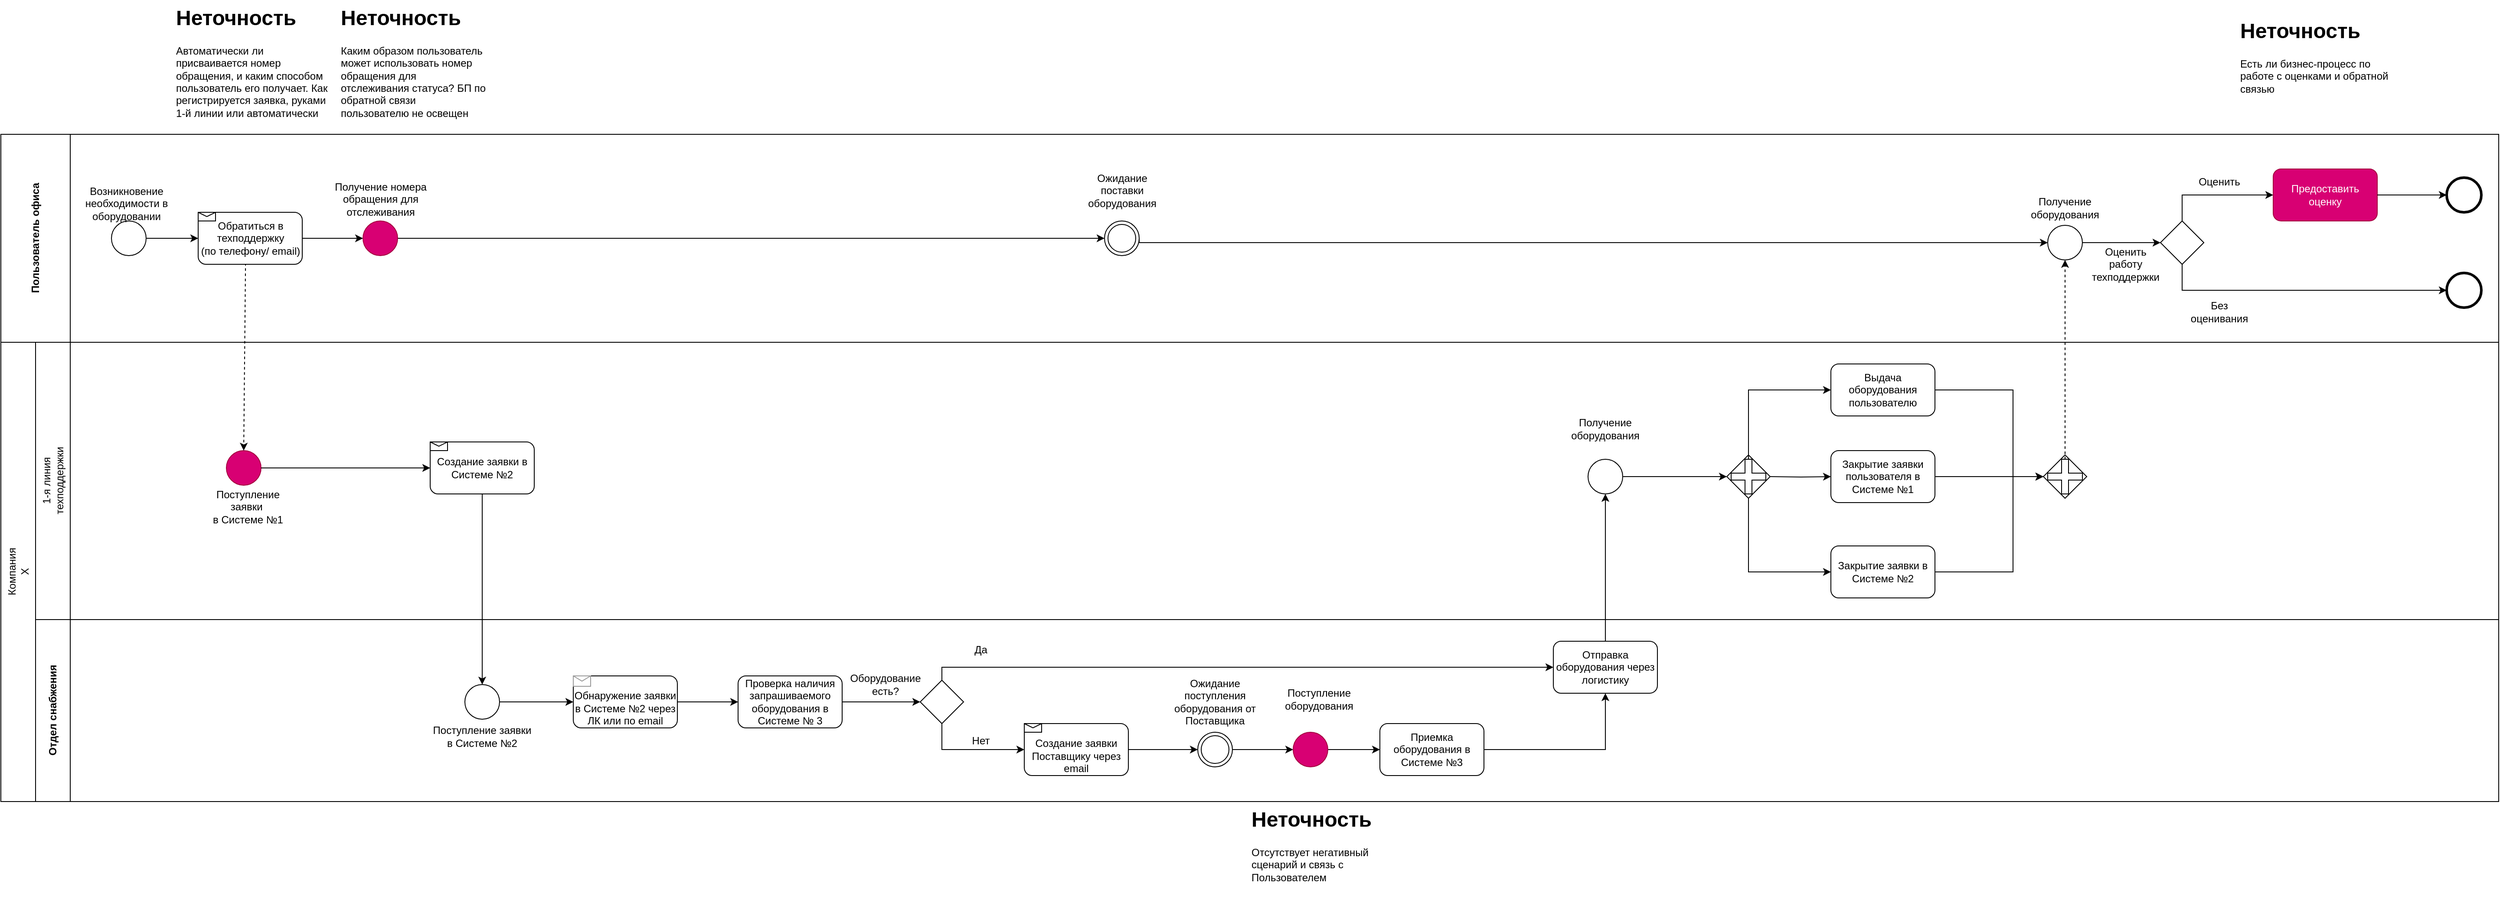
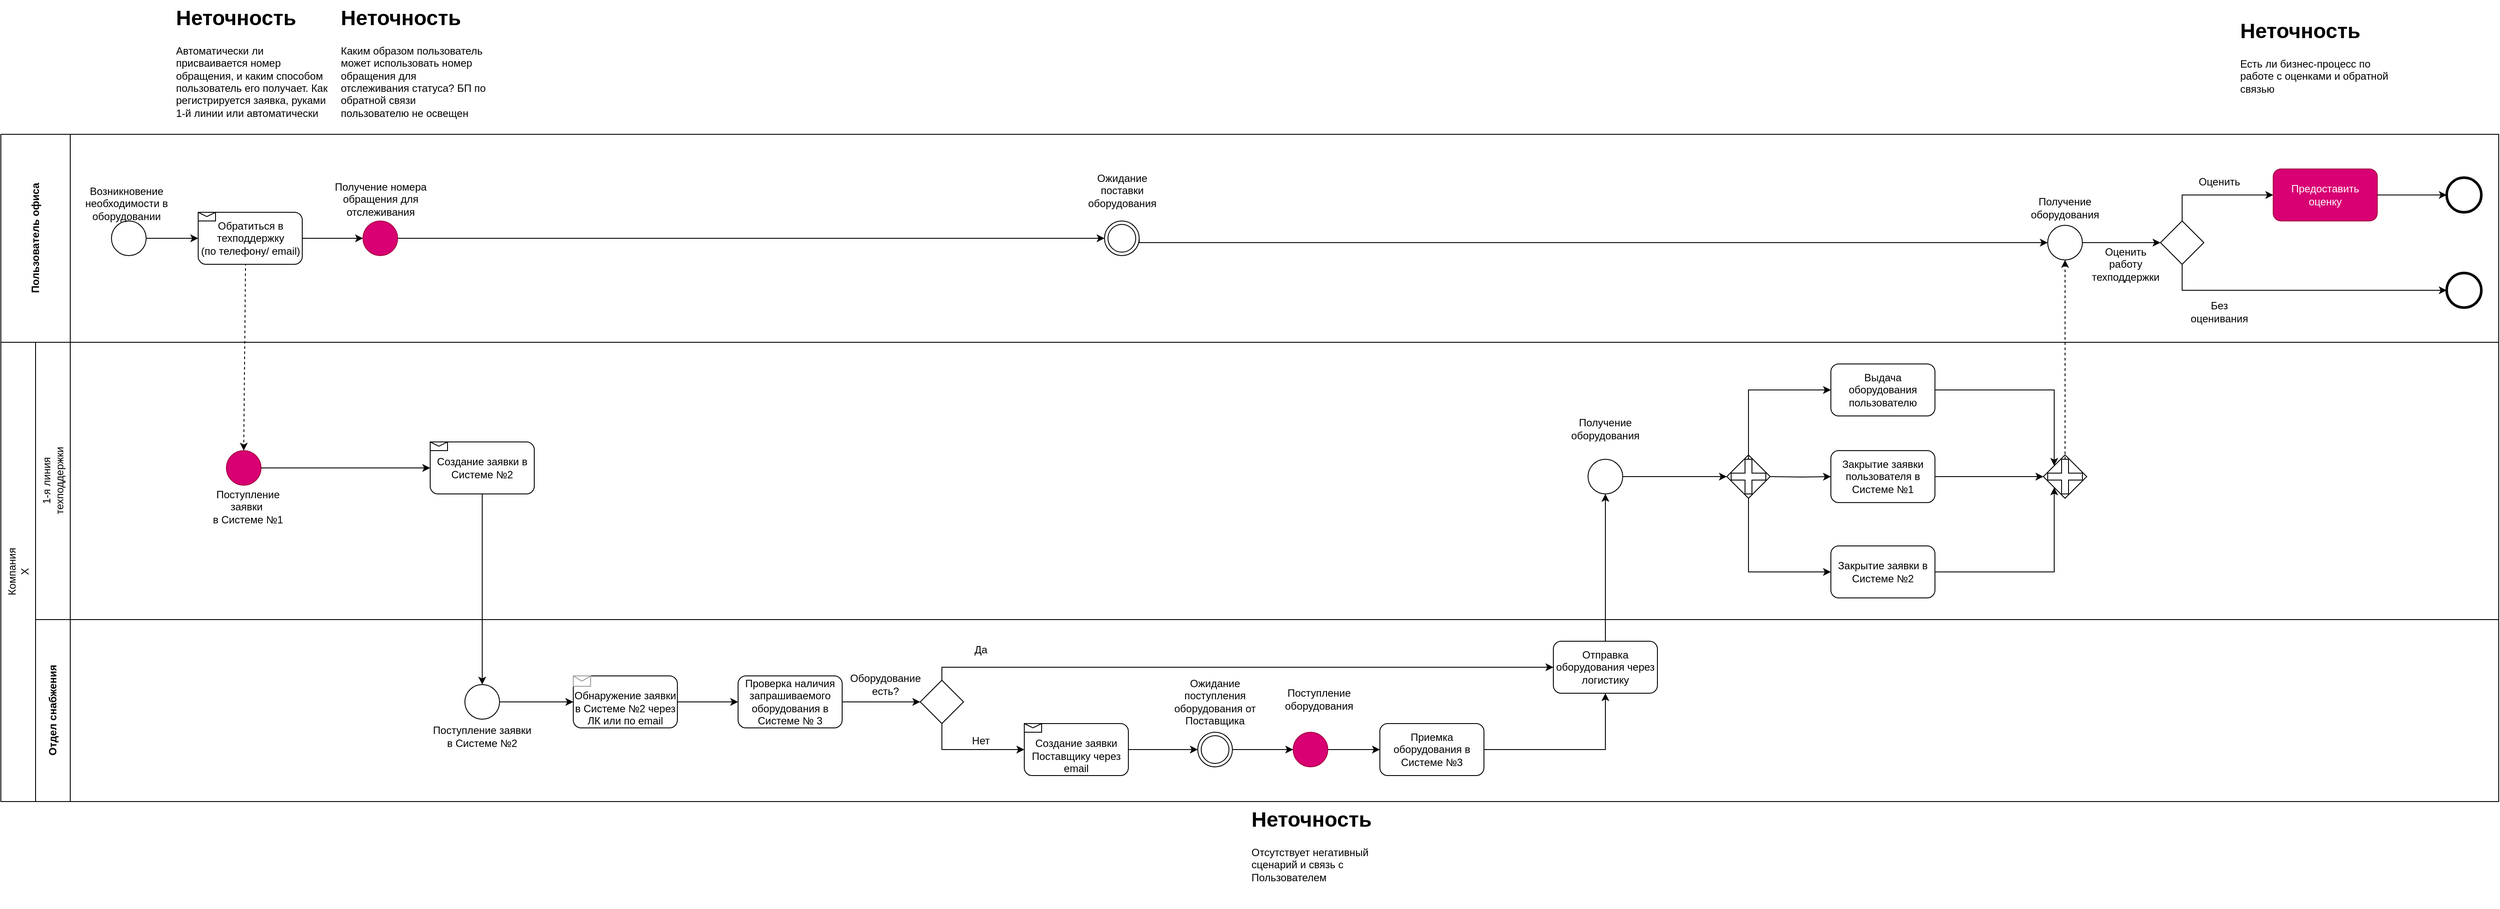
<mxfile host="app.diagrams.net">
  <diagram name="Страница-1" id="6SsGZVheudZXkR8IryFw">
-     <mxGraphModel dx="2180" dy="1943" grid="1" gridSize="10" guides="1" tooltips="1" connect="1" arrows="1" fold="1" page="0" pageScale="1" pageWidth="827" pageHeight="1169" background="none" math="0" shadow="0">
+     <mxGraphModel dx="2362" dy="2038" grid="1" gridSize="10" guides="1" tooltips="1" connect="1" arrows="1" fold="1" page="0" pageScale="1" pageWidth="827" pageHeight="1169" background="none" math="0" shadow="0">
      <root>
        <mxCell id="0" />
        <mxCell id="1" parent="0" />
        <mxCell id="VbR1kJbd4s5ipAbFhgMN-11" parent="1" style="ellipse;whiteSpace=wrap;html=1;aspect=fixed;fillColor=none;" value="" vertex="1">
          <mxGeometry height="40" width="40" x="127.5" y="-220" as="geometry" />
        </mxCell>
        <mxCell id="VbR1kJbd4s5ipAbFhgMN-12" parent="1" style="text;html=1;whiteSpace=wrap;strokeColor=none;fillColor=none;align=center;verticalAlign=middle;rounded=0;" value="&lt;font&gt;Возникновение необходимости в оборудовании&lt;/font&gt;" vertex="1">
          <mxGeometry height="50" width="110" x="90" y="-265" as="geometry" />
        </mxCell>
        <mxCell id="VbR1kJbd4s5ipAbFhgMN-16" parent="1" style="ellipse;whiteSpace=wrap;html=1;aspect=fixed;fillColor=#d80073;fontColor=#ffffff;strokeColor=#A50040;" value="" vertex="1">
          <mxGeometry height="40" width="40" x="260" y="45.000000000000114" as="geometry" />
        </mxCell>
        <mxCell id="VbR1kJbd4s5ipAbFhgMN-17" parent="1" style="text;html=1;whiteSpace=wrap;strokeColor=none;fillColor=none;align=center;verticalAlign=middle;rounded=0;" value="Поступление заявки&amp;nbsp;&lt;div&gt;в Системе №1&lt;/div&gt;" vertex="1">
          <mxGeometry height="30" width="110" x="230" y="95" as="geometry" />
        </mxCell>
        <mxCell id="VbR1kJbd4s5ipAbFhgMN-21" parent="1" style="text;html=1;whiteSpace=wrap;overflow=hidden;rounded=0;" value="&lt;h1 style=&quot;margin-top: 0px;&quot;&gt;&lt;font style=&quot;color: light-dark(rgb(0, 0, 0), rgb(241, 156, 153));&quot;&gt;Неточность&lt;/font&gt;&lt;/h1&gt;&lt;p&gt;Автоматически ли присваивается номер обращения, и каким способом пользователь его получает. Как регистрируется заявка, руками 1-й линии или автоматически&lt;/p&gt;" vertex="1">
          <mxGeometry height="150" width="180" x="200" y="-475" as="geometry" />
        </mxCell>
        <mxCell id="VbR1kJbd4s5ipAbFhgMN-117" edge="1" parent="1" source="VbR1kJbd4s5ipAbFhgMN-23" style="edgeStyle=orthogonalEdgeStyle;rounded=0;orthogonalLoop=1;jettySize=auto;html=1;exitX=1;exitY=0.5;exitDx=0;exitDy=0;entryX=0;entryY=0.5;entryDx=0;entryDy=0;" target="VbR1kJbd4s5ipAbFhgMN-116">
          <mxGeometry relative="1" as="geometry" />
        </mxCell>
        <mxCell id="VbR1kJbd4s5ipAbFhgMN-23" parent="1" style="ellipse;whiteSpace=wrap;html=1;aspect=fixed;fillColor=#d80073;fontColor=#ffffff;strokeColor=#A50040;" value="" vertex="1">
          <mxGeometry height="40" width="40" x="417.5" y="-219.9999999999999" as="geometry" />
        </mxCell>
        <mxCell id="VbR1kJbd4s5ipAbFhgMN-24" parent="1" style="text;html=1;whiteSpace=wrap;strokeColor=none;fillColor=none;align=center;verticalAlign=middle;rounded=0;" value="Получение номера обращения для отслеживания" vertex="1">
          <mxGeometry height="30" width="130" x="372.5" y="-260" as="geometry" />
        </mxCell>
        <mxCell id="VbR1kJbd4s5ipAbFhgMN-25" parent="1" style="text;html=1;whiteSpace=wrap;overflow=hidden;rounded=0;" value="&lt;h1 style=&quot;margin-top: 0px;&quot;&gt;&lt;font style=&quot;color: light-dark(rgb(0, 0, 0), rgb(241, 156, 153));&quot;&gt;Неточность&lt;/font&gt;&lt;/h1&gt;&lt;p&gt;Каким образом пользователь может использовать номер обращения для отслеживания статуса? БП по обратной связи пользователю не освещен&lt;/p&gt;" vertex="1">
          <mxGeometry height="145" width="170" x="390" y="-475" as="geometry" />
        </mxCell>
        <mxCell id="VbR1kJbd4s5ipAbFhgMN-26" edge="1" parent="1" source="VbR1kJbd4s5ipAbFhgMN-11" style="endArrow=classic;html=1;rounded=0;exitX=1;exitY=0.5;exitDx=0;exitDy=0;entryX=0;entryY=0.5;entryDx=0;entryDy=0;" target="VbR1kJbd4s5ipAbFhgMN-37" value="">
          <mxGeometry height="50" relative="1" width="50" as="geometry">
            <mxPoint x="162.50000000000352" y="0.5" as="sourcePoint" />
            <mxPoint x="222.5" as="targetPoint" />
          </mxGeometry>
        </mxCell>
        <mxCell id="VbR1kJbd4s5ipAbFhgMN-27" edge="1" parent="1" source="VbR1kJbd4s5ipAbFhgMN-37" style="endArrow=classic;html=1;rounded=0;exitX=1;exitY=0.5;exitDx=0;exitDy=0;entryX=0;entryY=0.5;entryDx=0;entryDy=0;" target="VbR1kJbd4s5ipAbFhgMN-23" value="">
          <mxGeometry height="50" relative="1" width="50" as="geometry">
            <mxPoint x="342.5" as="sourcePoint" />
            <mxPoint x="452.5" y="25" as="targetPoint" />
          </mxGeometry>
        </mxCell>
        <mxCell id="VbR1kJbd4s5ipAbFhgMN-28" edge="1" parent="1" source="VbR1kJbd4s5ipAbFhgMN-37" style="endArrow=classic;html=1;rounded=0;exitX=0.455;exitY=0.976;exitDx=0;exitDy=0;entryX=0.5;entryY=0;entryDx=0;entryDy=0;exitPerimeter=0;dashed=1;" target="VbR1kJbd4s5ipAbFhgMN-16" value="">
          <mxGeometry height="50" relative="1" width="50" as="geometry">
            <mxPoint x="280" y="-20" as="sourcePoint" />
            <mxPoint x="380" y="-5" as="targetPoint" />
          </mxGeometry>
        </mxCell>
        <mxCell id="VbR1kJbd4s5ipAbFhgMN-30" edge="1" parent="1" source="VbR1kJbd4s5ipAbFhgMN-16" style="endArrow=classic;html=1;rounded=0;exitX=1;exitY=0.5;exitDx=0;exitDy=0;entryX=0;entryY=0.5;entryDx=0;entryDy=0;" value="">
          <mxGeometry height="50" relative="1" width="50" as="geometry">
            <mxPoint x="660" y="125" as="sourcePoint" />
            <mxPoint x="495" y="65" as="targetPoint" />
          </mxGeometry>
        </mxCell>
        <mxCell id="VbR1kJbd4s5ipAbFhgMN-31" parent="1" style="ellipse;whiteSpace=wrap;html=1;aspect=fixed;fillColor=none;" value="" vertex="1">
          <mxGeometry height="40" width="40" x="535" y="315.0000000000001" as="geometry" />
        </mxCell>
        <mxCell id="VbR1kJbd4s5ipAbFhgMN-33" parent="1" style="text;html=1;whiteSpace=wrap;strokeColor=none;fillColor=none;align=center;verticalAlign=middle;rounded=0;" value="Поступление заявки в Системе №2" vertex="1">
          <mxGeometry height="30" width="120" x="495" y="360" as="geometry" />
        </mxCell>
        <mxCell id="VbR1kJbd4s5ipAbFhgMN-35" edge="1" parent="1" source="VbR1kJbd4s5ipAbFhgMN-36" style="endArrow=classic;html=1;rounded=0;exitX=0.5;exitY=1;exitDx=0;exitDy=0;entryX=0.5;entryY=0;entryDx=0;entryDy=0;" target="VbR1kJbd4s5ipAbFhgMN-31" value="">
          <mxGeometry height="50" relative="1" width="50" as="geometry">
            <mxPoint x="555" y="200" as="sourcePoint" />
            <mxPoint x="780" y="250" as="targetPoint" />
          </mxGeometry>
        </mxCell>
        <mxCell id="VbR1kJbd4s5ipAbFhgMN-36" parent="1" style="rounded=1;whiteSpace=wrap;html=1;" value="Создание заявки в Системе №2" vertex="1">
          <mxGeometry height="60" width="120" x="495" y="35" as="geometry" />
        </mxCell>
        <mxCell id="VbR1kJbd4s5ipAbFhgMN-37" parent="1" style="rounded=1;whiteSpace=wrap;html=1;" value="Обратиться в техподдержку&lt;div&gt;(по телефону/ email)&lt;/div&gt;" vertex="1">
          <mxGeometry height="60" width="120" x="227.5" y="-230" as="geometry" />
        </mxCell>
        <mxCell id="VbR1kJbd4s5ipAbFhgMN-38" parent="1" style="shape=message;html=1;html=1;outlineConnect=0;labelPosition=center;verticalLabelPosition=bottom;align=center;verticalAlign=top;" value="" vertex="1">
          <mxGeometry height="10" width="20" x="227.5" y="-230" as="geometry" />
        </mxCell>
        <mxCell id="VbR1kJbd4s5ipAbFhgMN-41" parent="1" style="shape=message;html=1;html=1;outlineConnect=0;labelPosition=center;verticalLabelPosition=bottom;align=center;verticalAlign=top;" value="" vertex="1">
          <mxGeometry height="10" width="20" x="495" y="35" as="geometry" />
        </mxCell>
        <mxCell id="VbR1kJbd4s5ipAbFhgMN-46" edge="1" parent="1" source="VbR1kJbd4s5ipAbFhgMN-42" style="edgeStyle=orthogonalEdgeStyle;rounded=0;orthogonalLoop=1;jettySize=auto;html=1;exitX=1;exitY=0.5;exitDx=0;exitDy=0;entryX=0;entryY=0.5;entryDx=0;entryDy=0;" target="VbR1kJbd4s5ipAbFhgMN-45">
          <mxGeometry relative="1" as="geometry" />
        </mxCell>
        <mxCell id="VbR1kJbd4s5ipAbFhgMN-42" parent="1" style="rounded=1;whiteSpace=wrap;html=1;" value="&lt;div&gt;&lt;br&gt;&lt;/div&gt;&lt;div&gt;Обнаружение заявки в Системе №2 через ЛК или по email&lt;/div&gt;" vertex="1">
          <mxGeometry height="60" width="120" x="660" y="305" as="geometry" />
        </mxCell>
        <mxCell id="VbR1kJbd4s5ipAbFhgMN-43" parent="1" style="verticalLabelPosition=bottom;shadow=0;dashed=0;align=center;html=1;verticalAlign=top;strokeWidth=1;shape=mxgraph.mockup.misc.mail2;strokeColor=#999999;" value="" vertex="1">
          <mxGeometry height="12" width="20" x="660" y="305" as="geometry" />
        </mxCell>
        <mxCell id="VbR1kJbd4s5ipAbFhgMN-44" edge="1" parent="1" source="VbR1kJbd4s5ipAbFhgMN-31" style="endArrow=classic;html=1;rounded=0;exitX=1;exitY=0.5;exitDx=0;exitDy=0;entryX=0;entryY=0.5;entryDx=0;entryDy=0;" target="VbR1kJbd4s5ipAbFhgMN-42" value="">
          <mxGeometry height="50" relative="1" width="50" as="geometry">
            <mxPoint x="760" y="315" as="sourcePoint" />
            <mxPoint x="810" y="265" as="targetPoint" />
          </mxGeometry>
        </mxCell>
        <mxCell id="VbR1kJbd4s5ipAbFhgMN-49" edge="1" parent="1" source="VbR1kJbd4s5ipAbFhgMN-45" style="edgeStyle=orthogonalEdgeStyle;rounded=0;orthogonalLoop=1;jettySize=auto;html=1;exitX=1;exitY=0.5;exitDx=0;exitDy=0;entryX=0;entryY=0.5;entryDx=0;entryDy=0;" target="VbR1kJbd4s5ipAbFhgMN-47">
          <mxGeometry relative="1" as="geometry" />
        </mxCell>
        <mxCell id="VbR1kJbd4s5ipAbFhgMN-45" parent="1" style="rounded=1;whiteSpace=wrap;html=1;" value="Проверка наличия запрашиваемого оборудования в Системе № 3" vertex="1">
          <mxGeometry height="60" width="120" x="850" y="305" as="geometry" />
        </mxCell>
        <mxCell id="VbR1kJbd4s5ipAbFhgMN-58" edge="1" parent="1" source="VbR1kJbd4s5ipAbFhgMN-47" style="edgeStyle=orthogonalEdgeStyle;rounded=0;orthogonalLoop=1;jettySize=auto;html=1;exitX=0.5;exitY=0;exitDx=0;exitDy=0;entryX=0;entryY=0.5;entryDx=0;entryDy=0;" target="VbR1kJbd4s5ipAbFhgMN-52">
          <mxGeometry relative="1" as="geometry">
            <Array as="points">
              <mxPoint x="1085" y="295" />
            </Array>
            <mxPoint x="1150" y="320" as="targetPoint" />
          </mxGeometry>
        </mxCell>
        <mxCell id="VbR1kJbd4s5ipAbFhgMN-60" edge="1" parent="1" source="VbR1kJbd4s5ipAbFhgMN-47" style="edgeStyle=orthogonalEdgeStyle;rounded=0;orthogonalLoop=1;jettySize=auto;html=1;entryX=0;entryY=0.5;entryDx=0;entryDy=0;exitX=0.5;exitY=1;exitDx=0;exitDy=0;" target="VbR1kJbd4s5ipAbFhgMN-59">
          <mxGeometry relative="1" as="geometry">
            <mxPoint x="1085" y="410" as="targetPoint" />
          </mxGeometry>
        </mxCell>
        <mxCell id="VbR1kJbd4s5ipAbFhgMN-47" parent="1" style="rhombus;whiteSpace=wrap;html=1;" value="" vertex="1">
          <mxGeometry height="50" width="50" x="1060" y="310" as="geometry" />
        </mxCell>
        <mxCell id="VbR1kJbd4s5ipAbFhgMN-48" parent="1" style="text;html=1;whiteSpace=wrap;strokeColor=none;fillColor=none;align=center;verticalAlign=middle;rounded=0;" value="Оборудование есть?" vertex="1">
          <mxGeometry height="30" width="60" x="990" y="300" as="geometry" />
        </mxCell>
        <mxCell id="VbR1kJbd4s5ipAbFhgMN-51" parent="1" style="text;html=1;whiteSpace=wrap;strokeColor=none;fillColor=none;align=center;verticalAlign=middle;rounded=0;" value="Да" vertex="1">
          <mxGeometry height="30" width="60" x="1100" y="260" as="geometry" />
        </mxCell>
        <mxCell id="VbR1kJbd4s5ipAbFhgMN-56" edge="1" parent="1" source="VbR1kJbd4s5ipAbFhgMN-52" style="edgeStyle=orthogonalEdgeStyle;rounded=0;orthogonalLoop=1;jettySize=auto;html=1;exitX=0.5;exitY=0;exitDx=0;exitDy=0;entryX=0.5;entryY=1;entryDx=0;entryDy=0;" target="VbR1kJbd4s5ipAbFhgMN-54">
          <mxGeometry relative="1" as="geometry" />
        </mxCell>
        <mxCell id="VbR1kJbd4s5ipAbFhgMN-52" parent="1" style="rounded=1;whiteSpace=wrap;html=1;" value="Отправка оборудования через логистику" vertex="1">
          <mxGeometry height="60" width="120" x="1790" y="265" as="geometry" />
        </mxCell>
        <mxCell id="VbR1kJbd4s5ipAbFhgMN-69" edge="1" parent="1" source="VbR1kJbd4s5ipAbFhgMN-54" style="edgeStyle=orthogonalEdgeStyle;rounded=0;orthogonalLoop=1;jettySize=auto;html=1;">
          <mxGeometry relative="1" as="geometry">
            <mxPoint x="1990" y="75" as="targetPoint" />
          </mxGeometry>
        </mxCell>
        <mxCell id="VbR1kJbd4s5ipAbFhgMN-54" parent="1" style="ellipse;whiteSpace=wrap;html=1;aspect=fixed;fillColor=none;" value="" vertex="1">
          <mxGeometry height="40" width="40" x="1830" y="55.000000000000114" as="geometry" />
        </mxCell>
        <mxCell id="VbR1kJbd4s5ipAbFhgMN-55" parent="1" style="text;html=1;whiteSpace=wrap;strokeColor=none;fillColor=none;align=center;verticalAlign=middle;rounded=0;" value="Получение оборудования" vertex="1">
          <mxGeometry height="30" width="60" x="1820" y="5" as="geometry" />
        </mxCell>
        <mxCell id="VbR1kJbd4s5ipAbFhgMN-59" parent="1" style="rounded=1;whiteSpace=wrap;html=1;" value="&lt;div&gt;&lt;br&gt;&lt;/div&gt;&lt;div&gt;Создание заявки Поставщику через email&lt;/div&gt;" vertex="1">
          <mxGeometry height="60" width="120" x="1180" y="360" as="geometry" />
        </mxCell>
        <mxCell id="VbR1kJbd4s5ipAbFhgMN-61" parent="1" style="text;html=1;whiteSpace=wrap;strokeColor=none;fillColor=none;align=center;verticalAlign=middle;rounded=0;" value="Нет" vertex="1">
          <mxGeometry height="30" width="60" x="1100" y="365" as="geometry" />
        </mxCell>
-         <mxCell id="VbR1kJbd4s5ipAbFhgMN-112" edge="1" parent="1" source="VbR1kJbd4s5ipAbFhgMN-62" style="edgeStyle=orthogonalEdgeStyle;rounded=0;orthogonalLoop=1;jettySize=auto;html=1;exitX=1;exitY=0.5;exitDx=0;exitDy=0;entryX=0;entryY=0.5;entryDx=0;entryDy=0;" target="VbR1kJbd4s5ipAbFhgMN-110">
-           <mxGeometry relative="1" as="geometry">
-             <Array as="points">
-               <mxPoint x="2320" y="-25" />
-               <mxPoint x="2320" y="75" />
-             </Array>
-           </mxGeometry>
+         <mxCell id="Vj1GeYfgpqMA3AOdDaTq-10" edge="1" parent="1" source="VbR1kJbd4s5ipAbFhgMN-62" style="edgeStyle=orthogonalEdgeStyle;rounded=0;orthogonalLoop=1;jettySize=auto;html=1;entryX=0;entryY=0;entryDx=0;entryDy=0;" target="VbR1kJbd4s5ipAbFhgMN-110">
+           <mxGeometry relative="1" as="geometry" />
        </mxCell>
        <mxCell id="VbR1kJbd4s5ipAbFhgMN-62" parent="1" style="rounded=1;whiteSpace=wrap;html=1;" value="Выдача оборудования пользователю" vertex="1">
          <mxGeometry height="60" width="120" x="2110" y="-55" as="geometry" />
        </mxCell>
        <mxCell id="VbR1kJbd4s5ipAbFhgMN-114" edge="1" parent="1" source="VbR1kJbd4s5ipAbFhgMN-65" style="edgeStyle=orthogonalEdgeStyle;rounded=0;orthogonalLoop=1;jettySize=auto;html=1;exitX=1;exitY=0.5;exitDx=0;exitDy=0;entryX=0;entryY=0.5;entryDx=0;entryDy=0;" target="VbR1kJbd4s5ipAbFhgMN-110">
          <mxGeometry relative="1" as="geometry" />
        </mxCell>
        <mxCell id="VbR1kJbd4s5ipAbFhgMN-65" parent="1" style="rounded=1;whiteSpace=wrap;html=1;" value="Закрытие заявки пользователя в Системе №1" vertex="1">
          <mxGeometry height="60" width="120" x="2110" y="45" as="geometry" />
        </mxCell>
-         <mxCell id="VbR1kJbd4s5ipAbFhgMN-113" edge="1" parent="1" source="VbR1kJbd4s5ipAbFhgMN-66" style="edgeStyle=orthogonalEdgeStyle;rounded=0;orthogonalLoop=1;jettySize=auto;html=1;exitX=1;exitY=0.5;exitDx=0;exitDy=0;entryX=0;entryY=0.5;entryDx=0;entryDy=0;" target="VbR1kJbd4s5ipAbFhgMN-110">
-           <mxGeometry relative="1" as="geometry">
-             <Array as="points">
-               <mxPoint x="2320" y="185" />
-               <mxPoint x="2320" y="75" />
-             </Array>
-           </mxGeometry>
+         <mxCell id="Vj1GeYfgpqMA3AOdDaTq-9" edge="1" parent="1" source="VbR1kJbd4s5ipAbFhgMN-66" style="edgeStyle=orthogonalEdgeStyle;rounded=0;orthogonalLoop=1;jettySize=auto;html=1;entryX=0;entryY=1;entryDx=0;entryDy=0;" target="VbR1kJbd4s5ipAbFhgMN-110">
+           <mxGeometry relative="1" as="geometry" />
        </mxCell>
        <mxCell id="VbR1kJbd4s5ipAbFhgMN-66" parent="1" style="rounded=1;whiteSpace=wrap;html=1;" value="Закрытие заявки в Системе №2" vertex="1">
          <mxGeometry height="60" width="120" x="2110" y="155" as="geometry" />
        </mxCell>
        <mxCell id="VbR1kJbd4s5ipAbFhgMN-77" edge="1" parent="1" source="VbR1kJbd4s5ipAbFhgMN-67" style="edgeStyle=orthogonalEdgeStyle;rounded=0;orthogonalLoop=1;jettySize=auto;html=1;entryX=0;entryY=0.5;entryDx=0;entryDy=0;" target="VbR1kJbd4s5ipAbFhgMN-66">
          <mxGeometry relative="1" as="geometry">
            <Array as="points">
              <mxPoint x="2015" y="185" />
            </Array>
          </mxGeometry>
        </mxCell>
        <mxCell id="VbR1kJbd4s5ipAbFhgMN-67" parent="1" style="rhombus;whiteSpace=wrap;html=1;" value="" vertex="1">
          <mxGeometry height="50" width="50" x="1990" y="50" as="geometry" />
        </mxCell>
        <mxCell id="VbR1kJbd4s5ipAbFhgMN-70" edge="1" parent="1" style="edgeStyle=orthogonalEdgeStyle;rounded=0;orthogonalLoop=1;jettySize=auto;html=1;entryX=0;entryY=0.5;entryDx=0;entryDy=0;" target="VbR1kJbd4s5ipAbFhgMN-65">
          <mxGeometry relative="1" as="geometry">
            <mxPoint x="2040" y="75" as="sourcePoint" />
          </mxGeometry>
        </mxCell>
        <mxCell id="VbR1kJbd4s5ipAbFhgMN-79" edge="1" parent="1" source="VbR1kJbd4s5ipAbFhgMN-71" style="edgeStyle=orthogonalEdgeStyle;rounded=0;orthogonalLoop=1;jettySize=auto;html=1;">
          <mxGeometry relative="1" as="geometry">
            <mxPoint x="2490" y="-195" as="targetPoint" />
          </mxGeometry>
        </mxCell>
        <mxCell id="VbR1kJbd4s5ipAbFhgMN-71" parent="1" style="ellipse;whiteSpace=wrap;html=1;aspect=fixed;fillColor=none;" value="" vertex="1">
          <mxGeometry height="40" width="40" x="2360" y="-215" as="geometry" />
        </mxCell>
        <mxCell id="VbR1kJbd4s5ipAbFhgMN-72" parent="1" style="text;html=1;whiteSpace=wrap;strokeColor=none;fillColor=none;align=center;verticalAlign=middle;rounded=0;" value="Получение оборудования" vertex="1">
          <mxGeometry height="30" width="60" x="2350" y="-250" as="geometry" />
        </mxCell>
        <mxCell id="VbR1kJbd4s5ipAbFhgMN-76" edge="1" parent="1" source="VbR1kJbd4s5ipAbFhgMN-73" style="edgeStyle=orthogonalEdgeStyle;rounded=0;orthogonalLoop=1;jettySize=auto;html=1;exitX=0.5;exitY=0;exitDx=0;exitDy=0;exitPerimeter=0;">
          <mxGeometry relative="1" as="geometry">
            <Array as="points">
              <mxPoint x="2015" y="-25" />
              <mxPoint x="2110" y="-25" />
            </Array>
            <mxPoint x="2015" y="45" as="sourcePoint" />
            <mxPoint x="2110" y="-25" as="targetPoint" />
          </mxGeometry>
        </mxCell>
        <mxCell id="VbR1kJbd4s5ipAbFhgMN-73" parent="1" style="shape=cross;whiteSpace=wrap;html=1;" value="" vertex="1">
          <mxGeometry height="40" width="40" x="1995" y="55" as="geometry" />
        </mxCell>
        <mxCell id="VbR1kJbd4s5ipAbFhgMN-87" edge="1" parent="1" source="VbR1kJbd4s5ipAbFhgMN-74" style="edgeStyle=orthogonalEdgeStyle;rounded=0;orthogonalLoop=1;jettySize=auto;html=1;entryX=0;entryY=0.5;entryDx=0;entryDy=0;" target="VbR1kJbd4s5ipAbFhgMN-85">
          <mxGeometry relative="1" as="geometry">
            <Array as="points">
              <mxPoint x="2515" y="-250" />
            </Array>
          </mxGeometry>
        </mxCell>
        <mxCell id="VbR1kJbd4s5ipAbFhgMN-74" parent="1" style="rhombus;whiteSpace=wrap;html=1;" value="" vertex="1">
          <mxGeometry height="50" width="50" x="2490" y="-220" as="geometry" />
        </mxCell>
        <mxCell id="VbR1kJbd4s5ipAbFhgMN-81" parent="1" style="points=[[0.145,0.145,0],[0.5,0,0],[0.855,0.145,0],[1,0.5,0],[0.855,0.855,0],[0.5,1,0],[0.145,0.855,0],[0,0.5,0]];shape=mxgraph.bpmn.event;html=1;verticalLabelPosition=bottom;labelBackgroundColor=#ffffff;verticalAlign=top;align=center;perimeter=ellipsePerimeter;outlineConnect=0;aspect=fixed;outline=end;symbol=terminate2;" value="" vertex="1">
          <mxGeometry height="40" width="40" x="2820" y="-160" as="geometry" />
        </mxCell>
        <mxCell id="VbR1kJbd4s5ipAbFhgMN-82" edge="1" parent="1" style="edgeStyle=orthogonalEdgeStyle;rounded=0;orthogonalLoop=1;jettySize=auto;html=1;entryX=0;entryY=0.5;entryDx=0;entryDy=0;entryPerimeter=0;" target="VbR1kJbd4s5ipAbFhgMN-81">
          <mxGeometry relative="1" as="geometry">
            <Array as="points">
              <mxPoint x="2515" y="-140" />
            </Array>
            <mxPoint x="2515" y="-170" as="sourcePoint" />
          </mxGeometry>
        </mxCell>
        <mxCell id="VbR1kJbd4s5ipAbFhgMN-83" parent="1" style="text;html=1;whiteSpace=wrap;strokeColor=none;fillColor=none;align=center;verticalAlign=middle;rounded=0;" value="Оценить работу техподдержки" vertex="1">
          <mxGeometry height="30" width="60" x="2420" y="-185" as="geometry" />
        </mxCell>
        <mxCell id="VbR1kJbd4s5ipAbFhgMN-84" parent="1" style="text;html=1;whiteSpace=wrap;strokeColor=none;fillColor=none;align=center;verticalAlign=middle;rounded=0;" value="Без оценивания" vertex="1">
          <mxGeometry height="30" width="60" x="2527.5" y="-130" as="geometry" />
        </mxCell>
        <mxCell id="VbR1kJbd4s5ipAbFhgMN-85" parent="1" style="rounded=1;whiteSpace=wrap;html=1;fillColor=#d80073;fontColor=#ffffff;strokeColor=#A50040;" value="Предоставить оценку" vertex="1">
          <mxGeometry height="60" width="120" x="2620" y="-280" as="geometry" />
        </mxCell>
        <mxCell id="VbR1kJbd4s5ipAbFhgMN-86" parent="1" style="points=[[0.145,0.145,0],[0.5,0,0],[0.855,0.145,0],[1,0.5,0],[0.855,0.855,0],[0.5,1,0],[0.145,0.855,0],[0,0.5,0]];shape=mxgraph.bpmn.event;html=1;verticalLabelPosition=bottom;labelBackgroundColor=#ffffff;verticalAlign=top;align=center;perimeter=ellipsePerimeter;outlineConnect=0;aspect=fixed;outline=end;symbol=terminate2;" value="" vertex="1">
          <mxGeometry height="40" width="40" x="2820" y="-270" as="geometry" />
        </mxCell>
        <mxCell id="VbR1kJbd4s5ipAbFhgMN-88" edge="1" parent="1" source="VbR1kJbd4s5ipAbFhgMN-85" style="edgeStyle=orthogonalEdgeStyle;rounded=0;orthogonalLoop=1;jettySize=auto;html=1;entryX=0;entryY=0.5;entryDx=0;entryDy=0;entryPerimeter=0;" target="VbR1kJbd4s5ipAbFhgMN-86">
          <mxGeometry relative="1" as="geometry" />
        </mxCell>
        <mxCell id="VbR1kJbd4s5ipAbFhgMN-89" parent="1" style="text;html=1;whiteSpace=wrap;strokeColor=none;fillColor=none;align=center;verticalAlign=middle;rounded=0;" value="Оценить" vertex="1">
          <mxGeometry height="30" width="60" x="2527.5" y="-280" as="geometry" />
        </mxCell>
        <mxCell id="VbR1kJbd4s5ipAbFhgMN-91" parent="1" style="shape=message;html=1;html=1;outlineConnect=0;labelPosition=center;verticalLabelPosition=bottom;align=center;verticalAlign=top;" value="" vertex="1">
          <mxGeometry height="10" width="20" x="1180" y="360" as="geometry" />
        </mxCell>
        <mxCell id="VbR1kJbd4s5ipAbFhgMN-104" edge="1" parent="1" source="VbR1kJbd4s5ipAbFhgMN-93" style="edgeStyle=orthogonalEdgeStyle;rounded=0;orthogonalLoop=1;jettySize=auto;html=1;exitX=1;exitY=0.5;exitDx=0;exitDy=0;entryX=0;entryY=0.5;entryDx=0;entryDy=0;" target="VbR1kJbd4s5ipAbFhgMN-101">
          <mxGeometry relative="1" as="geometry" />
        </mxCell>
        <mxCell id="VbR1kJbd4s5ipAbFhgMN-93" parent="1" style="ellipse;shape=doubleEllipse;whiteSpace=wrap;html=1;aspect=fixed;" value="" vertex="1">
          <mxGeometry height="40" width="40" x="1380" y="370" as="geometry" />
        </mxCell>
        <mxCell id="VbR1kJbd4s5ipAbFhgMN-94" edge="1" parent="1" source="VbR1kJbd4s5ipAbFhgMN-59" style="endArrow=classic;html=1;rounded=0;exitX=1;exitY=0.5;exitDx=0;exitDy=0;entryX=0;entryY=0.5;entryDx=0;entryDy=0;" target="VbR1kJbd4s5ipAbFhgMN-93" value="">
          <mxGeometry height="50" relative="1" width="50" as="geometry">
            <mxPoint x="1460" y="420" as="sourcePoint" />
            <mxPoint x="1510" y="370" as="targetPoint" />
          </mxGeometry>
        </mxCell>
        <mxCell id="VbR1kJbd4s5ipAbFhgMN-95" parent="1" style="text;html=1;whiteSpace=wrap;strokeColor=none;fillColor=none;align=center;verticalAlign=middle;rounded=0;" value="Ожидание поступления оборудования от Поставщика" vertex="1">
          <mxGeometry height="75" width="120" x="1340" y="297.5" as="geometry" />
        </mxCell>
        <mxCell id="VbR1kJbd4s5ipAbFhgMN-106" edge="1" parent="1" source="VbR1kJbd4s5ipAbFhgMN-100" style="edgeStyle=orthogonalEdgeStyle;rounded=0;orthogonalLoop=1;jettySize=auto;html=1;exitX=1;exitY=0.5;exitDx=0;exitDy=0;entryX=0.5;entryY=1;entryDx=0;entryDy=0;" target="VbR1kJbd4s5ipAbFhgMN-52">
          <mxGeometry relative="1" as="geometry" />
        </mxCell>
        <mxCell id="VbR1kJbd4s5ipAbFhgMN-100" parent="1" style="rounded=1;whiteSpace=wrap;html=1;" value="Приемка оборудования в Системе №3" vertex="1">
          <mxGeometry height="60" width="120" x="1590" y="360" as="geometry" />
        </mxCell>
        <mxCell id="VbR1kJbd4s5ipAbFhgMN-105" edge="1" parent="1" source="VbR1kJbd4s5ipAbFhgMN-101" style="edgeStyle=orthogonalEdgeStyle;rounded=0;orthogonalLoop=1;jettySize=auto;html=1;exitX=1;exitY=0.5;exitDx=0;exitDy=0;entryX=0;entryY=0.5;entryDx=0;entryDy=0;" target="VbR1kJbd4s5ipAbFhgMN-100">
          <mxGeometry relative="1" as="geometry" />
        </mxCell>
        <mxCell id="VbR1kJbd4s5ipAbFhgMN-101" parent="1" style="ellipse;whiteSpace=wrap;html=1;aspect=fixed;fillColor=#d80073;fontColor=#ffffff;strokeColor=#A50040;" value="" vertex="1">
          <mxGeometry height="40" width="40" x="1490" y="370.0000000000001" as="geometry" />
        </mxCell>
        <mxCell id="VbR1kJbd4s5ipAbFhgMN-102" parent="1" style="text;html=1;whiteSpace=wrap;strokeColor=none;fillColor=none;align=center;verticalAlign=middle;rounded=0;" value="Поступление оборудования" vertex="1">
          <mxGeometry height="30" width="60" x="1490" y="317" as="geometry" />
        </mxCell>
        <mxCell id="VbR1kJbd4s5ipAbFhgMN-108" parent="1" style="text;html=1;whiteSpace=wrap;overflow=hidden;rounded=0;" value="&lt;h1 style=&quot;margin-top: 0px;&quot;&gt;&lt;font style=&quot;color: light-dark(rgb(0, 0, 0), rgb(241, 156, 153));&quot;&gt;Неточность&lt;/font&gt;&lt;/h1&gt;&lt;p&gt;Есть ли бизнес-процесс по работе с оценками и обратной связью&lt;/p&gt;" vertex="1">
          <mxGeometry height="120" width="180" x="2580" y="-460" as="geometry" />
        </mxCell>
        <mxCell id="VbR1kJbd4s5ipAbFhgMN-109" parent="1" style="text;html=1;whiteSpace=wrap;overflow=hidden;rounded=0;" value="&lt;h1 style=&quot;margin-top: 0px;&quot;&gt;&lt;font style=&quot;color: light-dark(rgb(0, 0, 0), rgb(241, 156, 153));&quot;&gt;Неточность&lt;/font&gt;&lt;/h1&gt;&lt;p&gt;Отсутствует негативный сценарий и связь с Пользователем&lt;/p&gt;" vertex="1">
          <mxGeometry height="120" width="180" x="1440" y="450" as="geometry" />
        </mxCell>
        <mxCell id="VbR1kJbd4s5ipAbFhgMN-110" parent="1" style="rhombus;whiteSpace=wrap;html=1;" value="" vertex="1">
          <mxGeometry height="50" width="50" x="2355" y="50" as="geometry" />
        </mxCell>
        <mxCell id="VbR1kJbd4s5ipAbFhgMN-115" edge="1" parent="1" source="VbR1kJbd4s5ipAbFhgMN-111" style="edgeStyle=orthogonalEdgeStyle;rounded=0;orthogonalLoop=1;jettySize=auto;html=1;entryX=0.5;entryY=1;entryDx=0;entryDy=0;dashed=1;" target="VbR1kJbd4s5ipAbFhgMN-71">
          <mxGeometry relative="1" as="geometry">
            <mxPoint x="2375" y="-170" as="targetPoint" />
          </mxGeometry>
        </mxCell>
        <mxCell id="VbR1kJbd4s5ipAbFhgMN-111" parent="1" style="shape=cross;whiteSpace=wrap;html=1;" value="" vertex="1">
          <mxGeometry height="40" width="40" x="2360" y="55" as="geometry" />
        </mxCell>
        <mxCell id="VbR1kJbd4s5ipAbFhgMN-118" edge="1" parent="1" source="VbR1kJbd4s5ipAbFhgMN-116" style="edgeStyle=orthogonalEdgeStyle;rounded=0;orthogonalLoop=1;jettySize=auto;html=1;exitX=1;exitY=0.5;exitDx=0;exitDy=0;entryX=0;entryY=0.5;entryDx=0;entryDy=0;" target="VbR1kJbd4s5ipAbFhgMN-71">
          <mxGeometry relative="1" as="geometry">
            <Array as="points">
              <mxPoint x="1313" y="-195" />
            </Array>
            <mxPoint x="2300" y="-219.9230769230769" as="targetPoint" />
          </mxGeometry>
        </mxCell>
        <mxCell id="VbR1kJbd4s5ipAbFhgMN-116" parent="1" style="ellipse;shape=doubleEllipse;whiteSpace=wrap;html=1;aspect=fixed;" value="" vertex="1">
          <mxGeometry height="40" width="40" x="1272.5" y="-220" as="geometry" />
        </mxCell>
        <mxCell id="VbR1kJbd4s5ipAbFhgMN-119" parent="1" style="text;html=1;whiteSpace=wrap;strokeColor=none;fillColor=none;align=center;verticalAlign=middle;rounded=0;" value="Ожидание поставки оборудования" vertex="1">
          <mxGeometry height="30" width="60" x="1262.5" y="-270" as="geometry" />
        </mxCell>
        <mxCell id="4kreXZ4vzFUcfaXKuc0n-2" parent="1" style="swimlane;childLayout=stackLayout;resizeParent=1;resizeParentMax=0;horizontal=0;startSize=40;horizontalStack=0;html=1;" value="&lt;span style=&quot;font-weight: 400; white-space: normal;&quot;&gt;Компания Х&lt;/span&gt;" vertex="1">
          <mxGeometry height="530" width="2880" y="-80" as="geometry" />
        </mxCell>
        <mxCell id="4kreXZ4vzFUcfaXKuc0n-3" parent="4kreXZ4vzFUcfaXKuc0n-2" style="swimlane;startSize=40;horizontal=0;html=1;" value="&lt;span style=&quot;font-weight: 400; white-space: normal;&quot;&gt;1-я линия техподдержки&lt;/span&gt;" vertex="1">
          <mxGeometry height="320" width="2840" x="40" as="geometry" />
        </mxCell>
        <mxCell id="4kreXZ4vzFUcfaXKuc0n-4" parent="4kreXZ4vzFUcfaXKuc0n-2" style="swimlane;startSize=40;horizontal=0;html=1;fillColor=none;" value="Отдел снабжения" vertex="1">
          <mxGeometry height="210" width="2840" x="40" y="320" as="geometry" />
        </mxCell>
        <mxCell id="Vj1GeYfgpqMA3AOdDaTq-2" parent="1" style="swimlane;childLayout=stackLayout;resizeParent=1;resizeParentMax=0;horizontal=0;startSize=80;horizontalStack=0;html=1;" value="Пользователь офиса" vertex="1">
          <mxGeometry height="240" width="2880" y="-320" as="geometry" />
        </mxCell>
      </root>
    </mxGraphModel>
  </diagram>
</mxfile>
